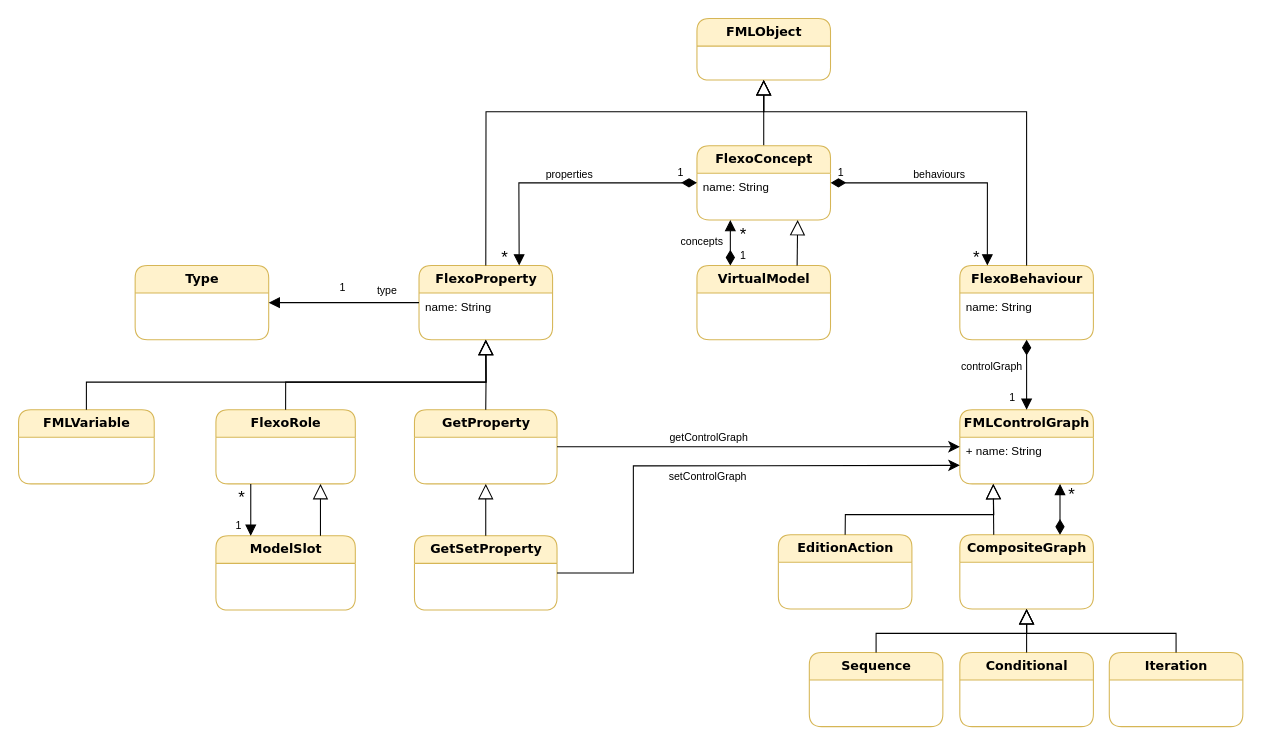
The draw.io diagram Figures/FMLMetaModel.drawio in labsticc-p4s/multi-process-challenge, before the edit. Source tidied: cells renumbered, new cells numbered last; positions are measured from the earlier drawing's top-left corner, leaving out a move shared by most shapes. Both pictures are drawn from the tidied source at 106%, with x=0, y=0 at pixel (18, 18).
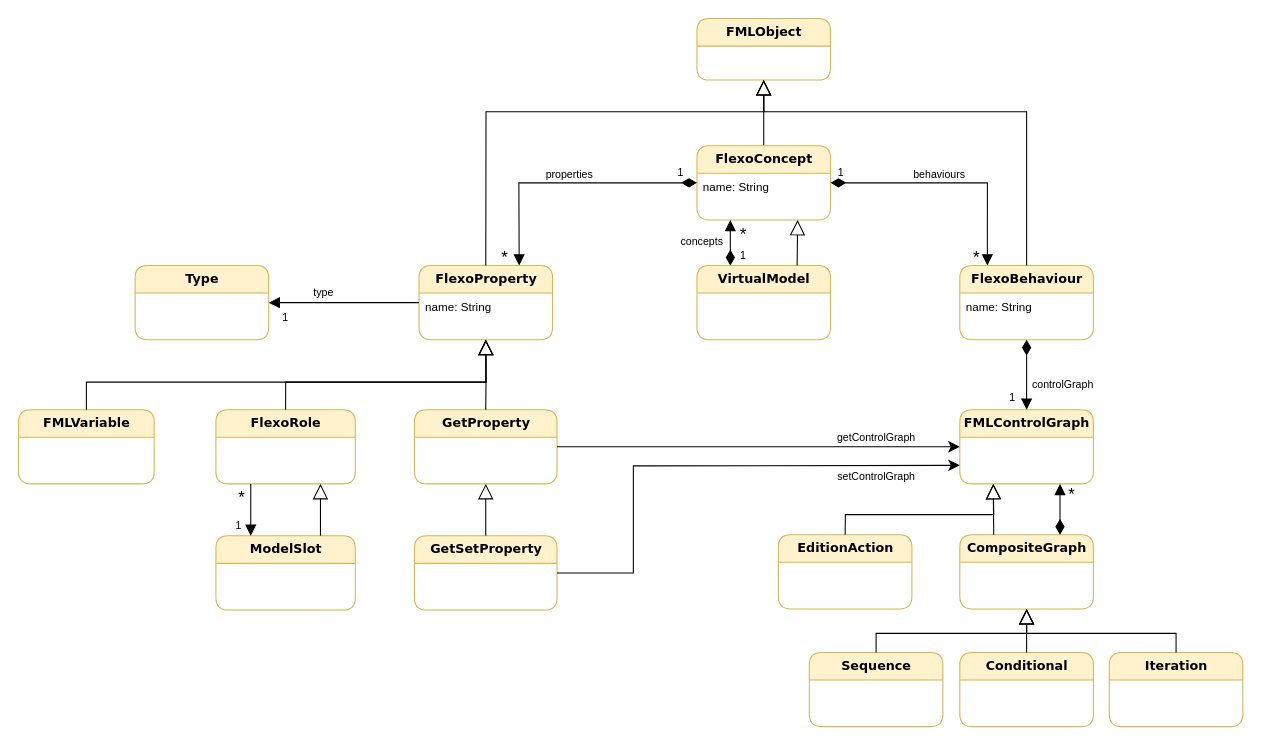
The same diagram, later.

The change refers to these unchanged cells:
```xml
<mxCell id="17" value="&lt;font style=&quot;font-size: 12px&quot;&gt;&lt;b&gt;GetProperty&lt;/b&gt;&lt;/font&gt;" style="swimlane;html=1;fontStyle=0;horizontal=1;startSize=26;fillColor=#fff2cc;swimlaneFillColor=#ffffff;rounded=1;shadow=0;comic=0;labelBackgroundColor=none;strokeWidth=1;fontFamily=Verdana;fontSize=10;align=center;strokeColor=#d6b656;" parent="1" vertex="1">
  <mxGeometry x="373.5" y="369" width="134.5" height="70" as="geometry" />
</mxCell>
<mxCell id="36" value="&lt;font style=&quot;font-size: 12px&quot;&gt;&lt;b&gt;FMLControlGraph&lt;/b&gt;&lt;/font&gt;" style="swimlane;html=1;fontStyle=0;horizontal=1;startSize=26;fillColor=#fff2cc;swimlaneFillColor=#ffffff;rounded=1;shadow=0;comic=0;labelBackgroundColor=none;strokeWidth=1;fontFamily=Verdana;fontSize=10;align=center;strokeColor=#d6b656;" parent="1" vertex="1">
  <mxGeometry x="888" y="369" width="126" height="70" as="geometry" />
</mxCell>
```

The edit, as a diff of the source:
```diff
@@
     <mxCell id="14" value="type" style="text;html=1;strokeColor=none;fillColor=none;align=center;verticalAlign=middle;whiteSpace=wrap;rounded=0;fontSize=10;" parent="1" vertex="1">
-      <mxGeometry x="317.8" y="246" width="60" height="20" as="geometry" />
+      <mxGeometry x="257.8" y="248" width="60" height="20" as="geometry" />
     </mxCell>
@@
-    <mxCell id="37" value="+ name: String" style="text;html=1;strokeColor=none;fillColor=none;align=left;verticalAlign=top;spacingLeft=4;spacingRight=4;whiteSpace=wrap;overflow=hidden;points=[[0,0.5],[1,0.5]];portConstraint=eastwest;fontSize=11;" parent="36" vertex="1">
-      <mxGeometry y="26" width="126" height="18" as="geometry" />
-    </mxCell>
@@
     <mxCell id="39" value="1" style="text;html=1;strokeColor=none;fillColor=none;align=center;verticalAlign=middle;whiteSpace=wrap;rounded=0;fontSize=10;" parent="1" vertex="1">
-      <mxGeometry x="296" y="244" width="20" height="20" as="geometry" />
+      <mxGeometry x="242" y="272" width="20" height="20" as="geometry" />
     </mxCell>
@@
-    <mxCell id="58" style="endArrow=classic;html=1;fontSize=10;exitX=1;exitY=0.5;exitDx=0;exitDy=0;endFill=1;rounded=0;startSize=6;endSize=8;entryX=0;entryY=0.5;entryDx=0;entryDy=0;" parent="1" edge="1" source="17" target="37">
-      <mxGeometry relative="1" as="geometry" />
+    <mxCell id="58" style="endArrow=classic;html=1;fontSize=10;exitX=1;exitY=0.5;exitDx=0;exitDy=0;endFill=1;rounded=0;startSize=6;endSize=8;entryX=0;entryY=0.5;entryDx=0;entryDy=0;" parent="1" edge="1" source="17">
+      <mxGeometry relative="1" as="geometry">
+        <mxPoint x="888" y="404" as="targetPoint" />
+      </mxGeometry>
     </mxCell>
@@
     <mxCell id="60" value="getControlGraph" style="text;html=1;strokeColor=none;fillColor=none;align=center;verticalAlign=middle;whiteSpace=wrap;rounded=0;fontSize=10;" parent="1" vertex="1">
-      <mxGeometry x="603" y="385" width="97" height="20" as="geometry" />
+      <mxGeometry x="760.5" y="385" width="97" height="20" as="geometry" />
     </mxCell>
     <mxCell id="61" value="setControlGraph" style="text;html=1;strokeColor=none;fillColor=none;align=center;verticalAlign=middle;whiteSpace=wrap;rounded=0;fontSize=10;" parent="1" vertex="1">
-      <mxGeometry x="602" y="422" width="97" height="20" as="geometry" />
+      <mxGeometry x="760.5" y="422" width="97" height="20" as="geometry" />
     </mxCell>
     <mxCell id="62" value="controlGraph" style="text;html=1;strokeColor=none;fillColor=none;align=center;verticalAlign=middle;whiteSpace=wrap;rounded=0;fontSize=10;" parent="1" vertex="1">
-      <mxGeometry x="870" y="318" width="97" height="20" as="geometry" />
+      <mxGeometry x="937" y="335" width="97" height="20" as="geometry" />
     </mxCell>
```
